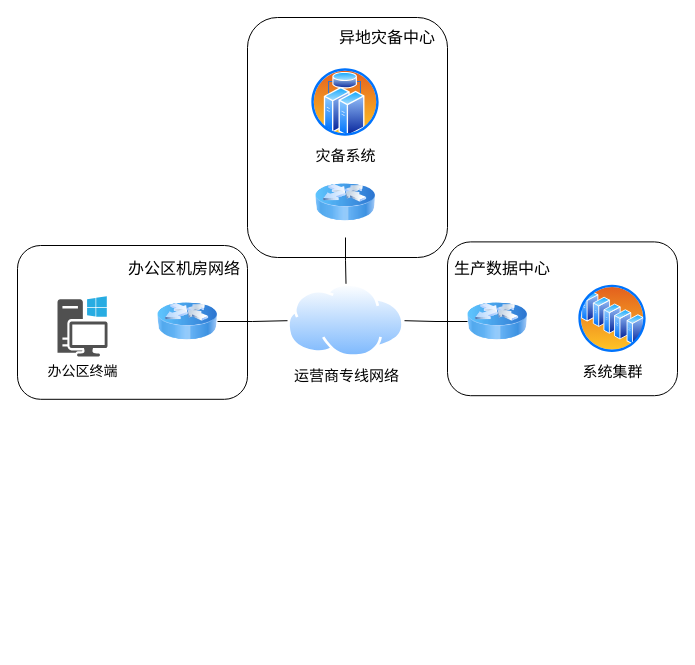
This is 网络拓扑.drawio from MicSif/rmon, a draw.io file, before an edit. Source tidied: cells renumbered, new cells numbered last; positions are measured from the earlier drawing's top-left corner, leaving out a move shared by most shapes. Both pictures are drawn from the tidied source at 100%, with x=0, y=0 at pixel (17, 17).
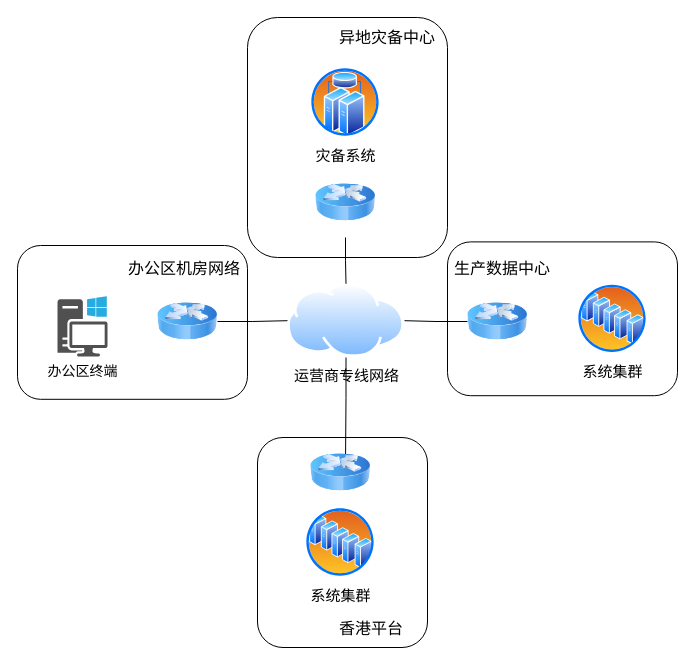
The same diagram, later.

Commit message:
更新网络拓扑.drawio

The change refers to these unchanged cells:
```xml
<mxCell id="7" value="运营商专线网络" style="image;perimeter=ellipsePerimeter;html=1;align=center;shadow=0;dashed=0;spacingTop=3;image=img/lib/active_directory/internet_cloud.svg;fontSize=15;" parent="1" vertex="1">
  <mxGeometry x="270" y="266.3" width="117" height="73.7" as="geometry" />
</mxCell>
```

The edit, as a diff of the source:
```diff
@@
+    <mxCell id="18" style="rounded=1;whiteSpace=wrap;html=1;" parent="1" vertex="1">
+      <mxGeometry x="240" y="420" width="170" height="210" as="geometry" />
+    </mxCell>
+    <mxCell id="19" style="edgeStyle=orthogonalEdgeStyle;rounded=0;jettySize=auto;html=1;exitX=0.5;exitY=1;exitDx=0;exitDy=0;entryX=0.583;entryY=0.429;entryDx=0;entryDy=0;entryPerimeter=0;endArrow=none;endFill=0;" parent="1" edge="1" source="7" target="20">
+      <mxGeometry relative="1" as="geometry" />
+    </mxCell>
+    <mxCell id="20" style="image;html=1;image=img/lib/clip_art/networking/Router_Icon_128x128.png;" parent="1" vertex="1">
+      <mxGeometry x="293" y="420" width="60" height="70" as="geometry" />
+    </mxCell>
+    <mxCell id="21" value="系统集群" style="image;perimeter=ellipsePerimeter;html=1;align=center;shadow=0;dashed=0;spacingTop=3;image=img/lib/active_directory/server_farm.svg;fontSize=15;" parent="1" vertex="1">
+      <mxGeometry x="288" y="490" width="70" height="70" as="geometry" />
+    </mxCell>
+    <mxCell id="22" value="香港平台" style="text;strokeColor=none;align=center;fillColor=none;html=1;verticalAlign=middle;whiteSpace=wrap;rounded=0;fontSize=16;" parent="1" vertex="1">
+      <mxGeometry x="304" y="596" width="100" height="30" as="geometry" />
+    </mxCell>
```
